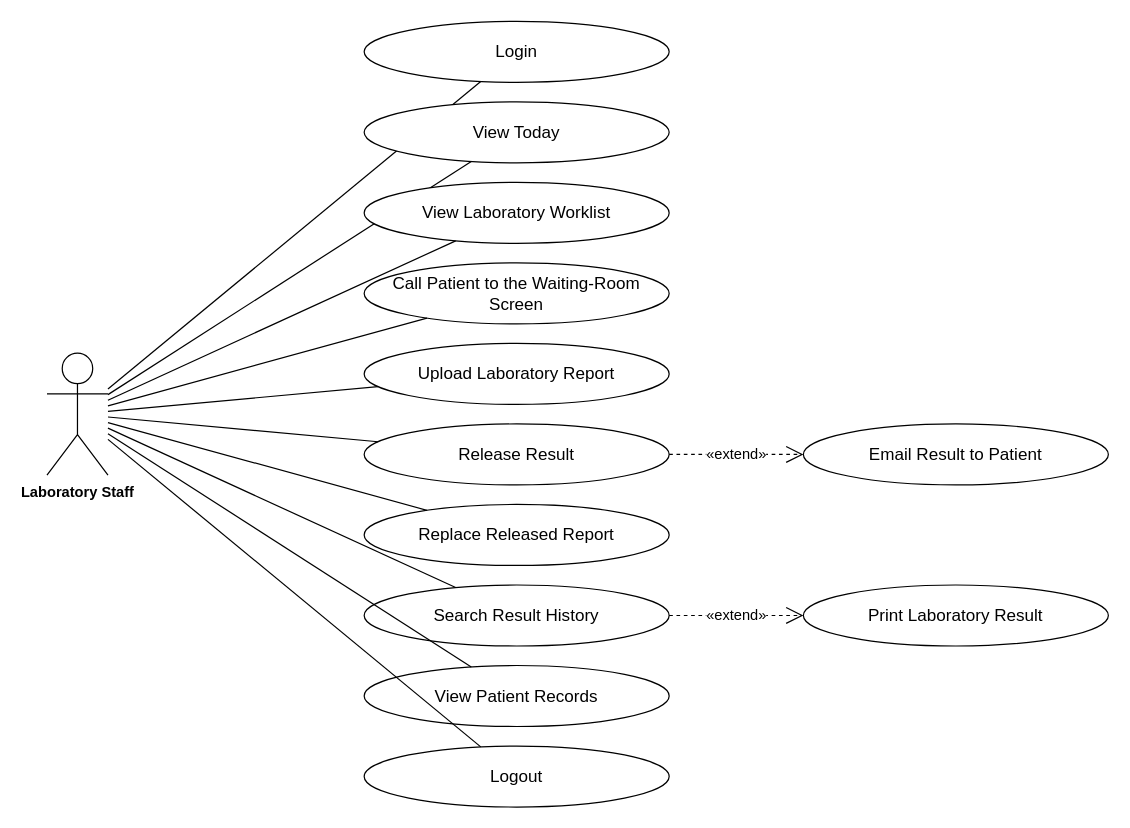
Earlier version of the draw.io diagram page "Laboratory Staff" (5 of 8) of docs/diagrams/usecases.drawio (steven23lz/Enlogada-Clinic-Management-System). Source tidied: cells renumbered, new cells numbered last; positions are measured from the earlier drawing's top-left corner, leaving out a move shared by most shapes. Both pictures are drawn from the tidied source at 122%, with x=0, y=0 at pixel (46, 21).
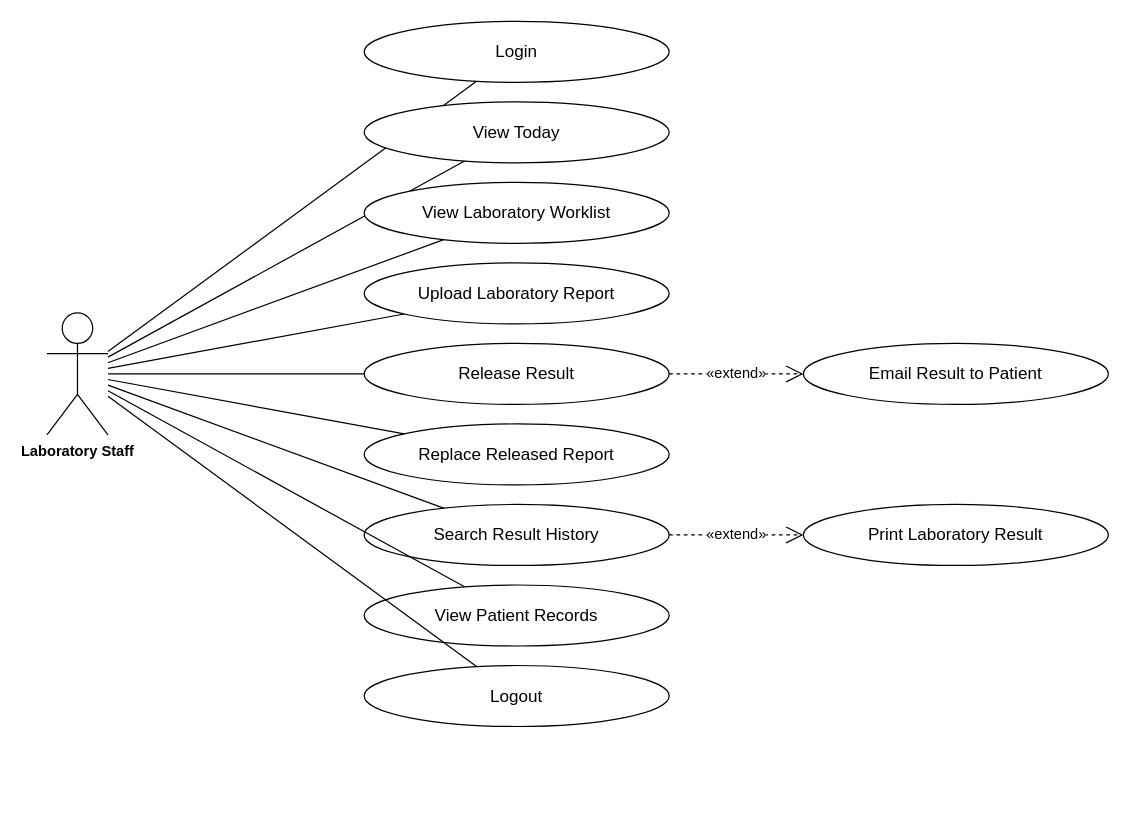
After the change.

Diff of the diagram source:
```diff
@@
     <mxCell id="2" value="Laboratory Staff" style="shape=umlActor;verticalLabelPosition=bottom;verticalAlign=top;html=1;outlineConnect=0;fontFamily=Helvetica;fontSize=12;fontStyle=1;" parent="1" vertex="1">
-      <mxGeometry y="272" width="50" height="100" as="geometry" />
+      <mxGeometry y="239" width="50" height="100" as="geometry" />
     </mxCell>
@@
-    <mxCell id="9" value="Call Patient to the Waiting-Room Screen" style="ellipse;whiteSpace=wrap;html=1;fontFamily=Helvetica;fontSize=14;fontColor=#000000;strokeColor=#000000;" parent="1" vertex="1">
+    <mxCell id="9" value="Upload Laboratory Report" style="ellipse;whiteSpace=wrap;html=1;fontFamily=Helvetica;fontSize=14;fontColor=#000000;strokeColor=#000000;" parent="1" vertex="1">
       <mxGeometry x="260" y="198" width="250" height="50" as="geometry" />
     </mxCell>
@@
-    <mxCell id="11" value="Upload Laboratory Report" style="ellipse;whiteSpace=wrap;html=1;fontFamily=Helvetica;fontSize=14;fontColor=#000000;strokeColor=#000000;" parent="1" vertex="1">
+    <mxCell id="11" value="Release Result" style="ellipse;whiteSpace=wrap;html=1;fontFamily=Helvetica;fontSize=14;fontColor=#000000;strokeColor=#000000;" parent="1" vertex="1">
       <mxGeometry x="260" y="264" width="250" height="50" as="geometry" />
     </mxCell>
@@
-    <mxCell id="13" value="Release Result" style="ellipse;whiteSpace=wrap;html=1;fontFamily=Helvetica;fontSize=14;fontColor=#000000;strokeColor=#000000;" parent="1" vertex="1">
+    <mxCell id="13" value="Replace Released Report" style="ellipse;whiteSpace=wrap;html=1;fontFamily=Helvetica;fontSize=14;fontColor=#000000;strokeColor=#000000;" parent="1" vertex="1">
       <mxGeometry x="260" y="330" width="250" height="50" as="geometry" />
     </mxCell>
@@
-    <mxCell id="15" value="Replace Released Report" style="ellipse;whiteSpace=wrap;html=1;fontFamily=Helvetica;fontSize=14;fontColor=#000000;strokeColor=#000000;" parent="1" vertex="1">
+    <mxCell id="15" value="Search Result History" style="ellipse;whiteSpace=wrap;html=1;fontFamily=Helvetica;fontSize=14;fontColor=#000000;strokeColor=#000000;" parent="1" vertex="1">
       <mxGeometry x="260" y="396" width="250" height="50" as="geometry" />
     </mxCell>
@@
-    <mxCell id="17" value="Search Result History" style="ellipse;whiteSpace=wrap;html=1;fontFamily=Helvetica;fontSize=14;fontColor=#000000;strokeColor=#000000;" parent="1" vertex="1">
+    <mxCell id="17" value="View Patient Records" style="ellipse;whiteSpace=wrap;html=1;fontFamily=Helvetica;fontSize=14;fontColor=#000000;strokeColor=#000000;" parent="1" vertex="1">
       <mxGeometry x="260" y="462" width="250" height="50" as="geometry" />
     </mxCell>
@@
-    <mxCell id="19" value="View Patient Records" style="ellipse;whiteSpace=wrap;html=1;fontFamily=Helvetica;fontSize=14;fontColor=#000000;strokeColor=#000000;" parent="1" vertex="1">
+    <mxCell id="19" value="Logout" style="ellipse;whiteSpace=wrap;html=1;fontFamily=Helvetica;fontSize=14;fontColor=#000000;strokeColor=#000000;" parent="1" vertex="1">
       <mxGeometry x="260" y="528" width="250" height="50" as="geometry" />
     </mxCell>
@@
-    <mxCell id="21" value="Logout" style="ellipse;whiteSpace=wrap;html=1;fontFamily=Helvetica;fontSize=14;fontColor=#000000;strokeColor=#000000;" parent="1" vertex="1">
-      <mxGeometry x="260" y="594" width="250" height="50" as="geometry" />
+    <mxCell id="21" value="Email Result to Patient" style="ellipse;whiteSpace=wrap;html=1;fontFamily=Helvetica;fontSize=14;fontColor=#000000;strokeColor=#000000;" parent="1" vertex="1">
+      <mxGeometry x="620" y="264" width="250" height="50" as="geometry" />
     </mxCell>
-    <mxCell id="22" style="edgeStyle=none;rounded=0;html=1;endArrow=none;fontFamily=Helvetica;fontSize=12;fontColor=#000000;strokeColor=#000000;" parent="1" edge="1" source="2" target="21">
+    <mxCell id="22" value="«extend»" style="endArrow=open;endSize=12;dashed=1;html=1;fontFamily=Helvetica;fontSize=12;fontColor=#000000;strokeColor=#000000;" parent="1" edge="1" source="11" target="21">
       <mxGeometry relative="1" as="geometry" />
     </mxCell>
-    <mxCell id="23" value="Email Result to Patient" style="ellipse;whiteSpace=wrap;html=1;fontFamily=Helvetica;fontSize=14;fontColor=#000000;strokeColor=#000000;" parent="1" vertex="1">
-      <mxGeometry x="620" y="330" width="250" height="50" as="geometry" />
+    <mxCell id="23" value="Print Laboratory Result" style="ellipse;whiteSpace=wrap;html=1;fontFamily=Helvetica;fontSize=14;fontColor=#000000;strokeColor=#000000;" parent="1" vertex="1">
+      <mxGeometry x="620" y="396" width="250" height="50" as="geometry" />
     </mxCell>
-    <mxCell id="24" value="«extend»" style="endArrow=open;endSize=12;dashed=1;html=1;fontFamily=Helvetica;fontSize=12;fontColor=#000000;strokeColor=#000000;" parent="1" edge="1" source="13" target="23">
+    <mxCell id="24" value="«extend»" style="endArrow=open;endSize=12;dashed=1;html=1;fontFamily=Helvetica;fontSize=12;fontColor=#000000;strokeColor=#000000;" parent="1" edge="1" source="15" target="23">
       <mxGeometry relative="1" as="geometry" />
     </mxCell>
-    <mxCell id="25" value="Print Laboratory Result" style="ellipse;whiteSpace=wrap;html=1;fontFamily=Helvetica;fontSize=14;fontColor=#000000;strokeColor=#000000;" parent="1" vertex="1">
-      <mxGeometry x="620" y="462" width="250" height="50" as="geometry" />
-    </mxCell>
-    <mxCell id="26" value="«extend»" style="endArrow=open;endSize=12;dashed=1;html=1;fontFamily=Helvetica;fontSize=12;fontColor=#000000;strokeColor=#000000;" parent="1" edge="1" source="17" target="25">
-      <mxGeometry relative="1" as="geometry" />
-    </mxCell>
```
